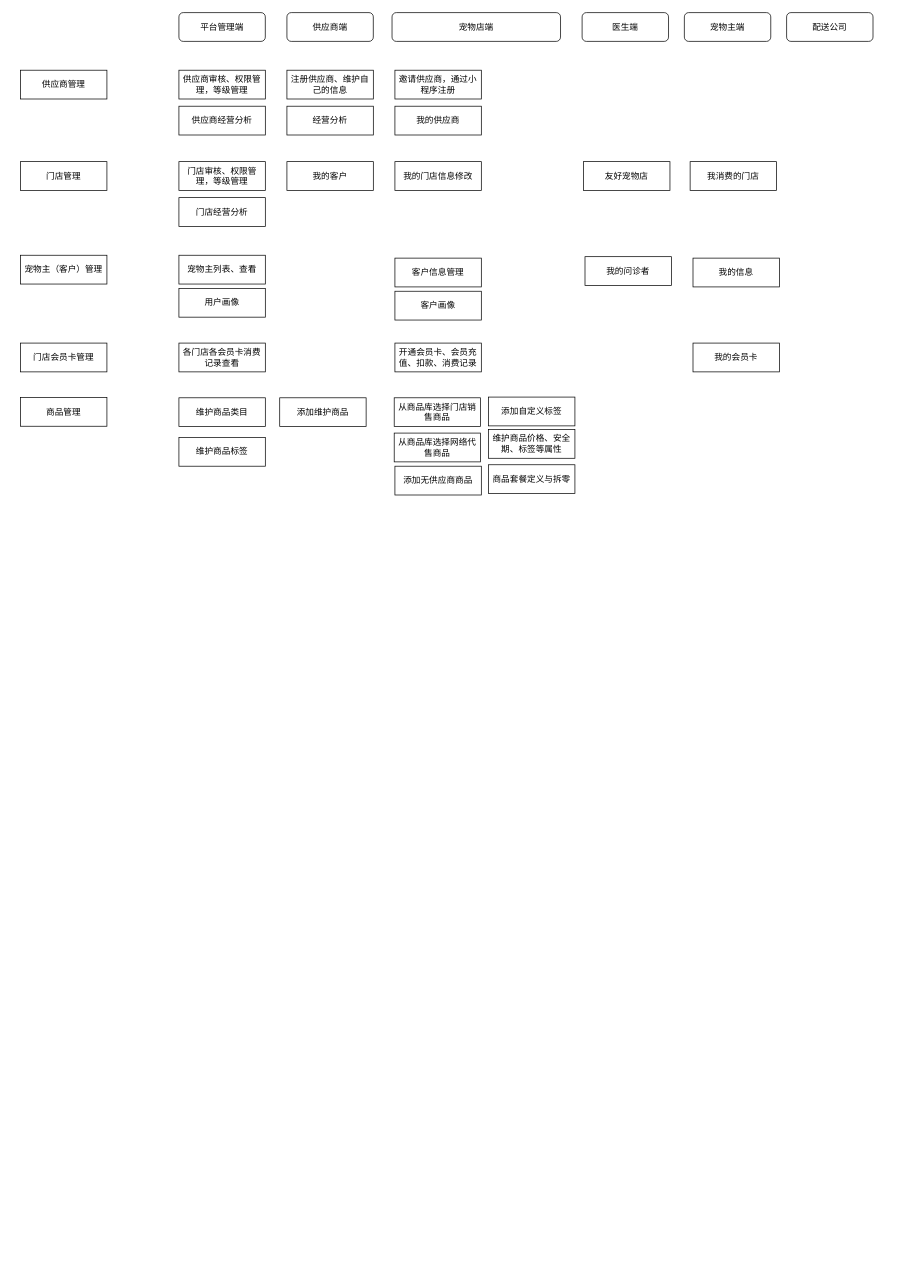
This is 宠物平台.drawio from JefferNew/data2wisdom, a draw.io file, before an edit. Source tidied: cells renumbered, new cells numbered last; positions are measured from the earlier drawing's top-left corner, leaving out a move shared by most shapes. Both pictures are drawn from the tidied source at 72%, with x=0, y=0 at pixel (20, 12).
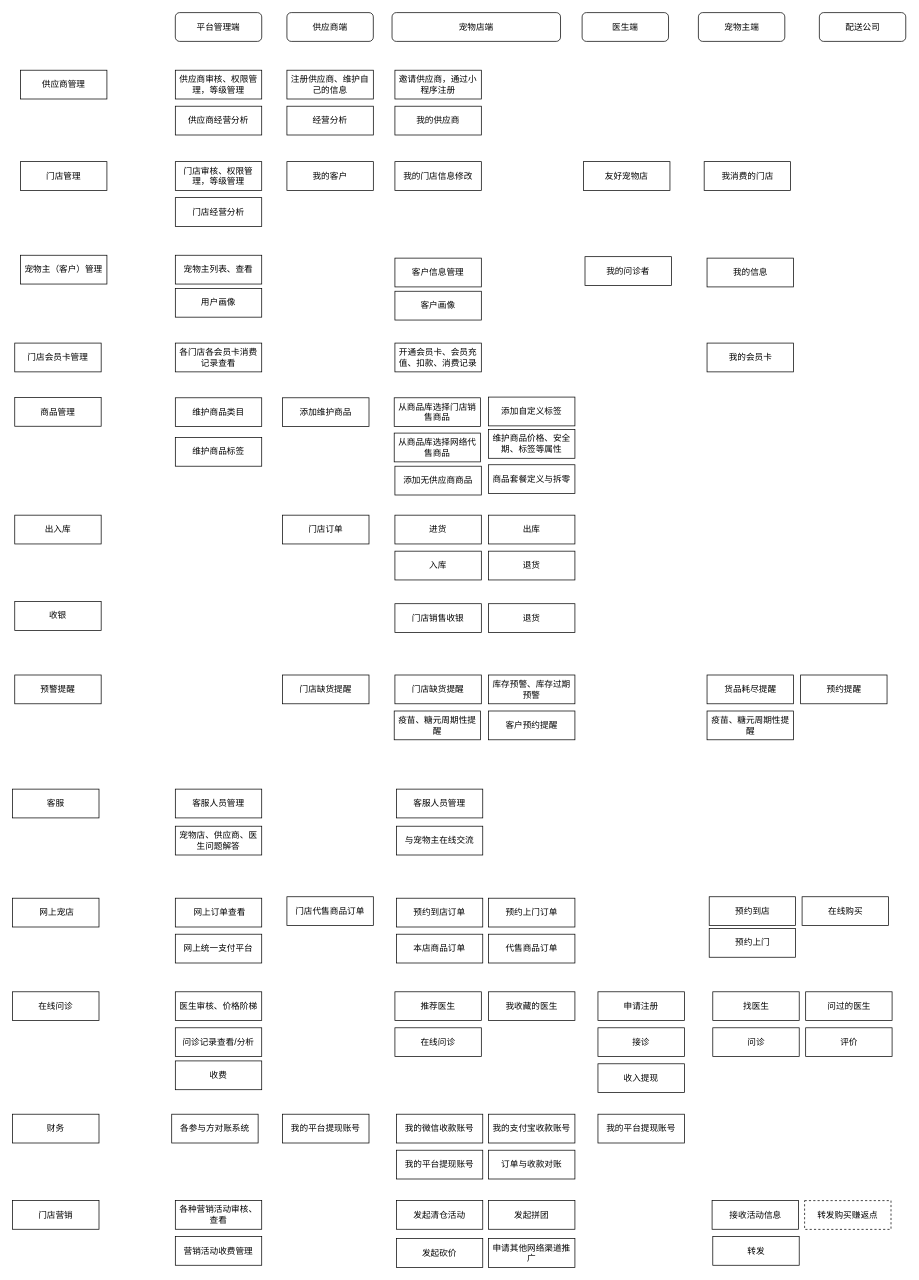
The same page after the edit.

Diff of the diagram source:
```diff
@@
     <mxCell id="2" value="平台管理端" style="rounded=1;whiteSpace=wrap;html=1;" parent="1" vertex="1">
-      <mxGeometry x="220" width="120" height="40" as="geometry" />
+      <mxGeometry x="215" width="120" height="40" as="geometry" />
     </mxCell>
@@
     <mxCell id="6" value="宠物主端" style="rounded=1;whiteSpace=wrap;html=1;" parent="1" vertex="1">
-      <mxGeometry x="922" width="120" height="40" as="geometry" />
+      <mxGeometry x="941.5" width="120" height="40" as="geometry" />
     </mxCell>
     <mxCell id="7" value="配送公司" style="rounded=1;whiteSpace=wrap;html=1;" parent="1" vertex="1">
-      <mxGeometry x="1064" width="120" height="40" as="geometry" />
+      <mxGeometry x="1109.5" width="120" height="40" as="geometry" />
     </mxCell>
@@
     <mxCell id="10" value="供应商审核、权限管理，等级管理" style="rounded=0;whiteSpace=wrap;html=1;" parent="1" vertex="1">
-      <mxGeometry x="220" y="80" width="120" height="40" as="geometry" />
+      <mxGeometry x="215" y="80" width="120" height="40" as="geometry" />
     </mxCell>
@@
     <mxCell id="14" value="门店审核、权限管理，等级管理" style="rounded=0;whiteSpace=wrap;html=1;" parent="1" vertex="1">
-      <mxGeometry x="220" y="207" width="120" height="40" as="geometry" />
+      <mxGeometry x="215" y="207" width="120" height="40" as="geometry" />
     </mxCell>
     <mxCell id="15" value="供应商经营分析" style="rounded=0;whiteSpace=wrap;html=1;" parent="1" vertex="1">
-      <mxGeometry x="220" y="130" width="120" height="40" as="geometry" />
+      <mxGeometry x="215" y="130" width="120" height="40" as="geometry" />
     </mxCell>
     <mxCell id="16" value="门店经营分析" style="rounded=0;whiteSpace=wrap;html=1;" parent="1" vertex="1">
-      <mxGeometry x="220" y="257" width="120" height="40" as="geometry" />
+      <mxGeometry x="215" y="257" width="120" height="40" as="geometry" />
     </mxCell>
@@
     <mxCell id="20" value="我消费的门店" style="rounded=0;whiteSpace=wrap;html=1;" parent="1" vertex="1">
-      <mxGeometry x="930" y="207" width="120" height="40" as="geometry" />
+      <mxGeometry x="949.5" y="207" width="120" height="40" as="geometry" />
     </mxCell>
@@
     <mxCell id="22" value="宠物主列表、查看" style="rounded=0;whiteSpace=wrap;html=1;" parent="1" vertex="1">
-      <mxGeometry x="220" y="337" width="120" height="40" as="geometry" />
+      <mxGeometry x="215" y="337" width="120" height="40" as="geometry" />
     </mxCell>
     <mxCell id="23" value="用户画像" style="rounded=0;whiteSpace=wrap;html=1;" parent="1" vertex="1">
-      <mxGeometry x="220" y="383" width="120" height="40" as="geometry" />
+      <mxGeometry x="215" y="383" width="120" height="40" as="geometry" />
     </mxCell>
@@
     <mxCell id="28" value="我的信息" style="rounded=0;whiteSpace=wrap;html=1;" parent="1" vertex="1">
-      <mxGeometry x="934" y="341" width="120" height="40" as="geometry" />
+      <mxGeometry x="953.5" y="341" width="120" height="40" as="geometry" />
     </mxCell>
     <mxCell id="29" value="门店会员卡管理" style="rounded=0;whiteSpace=wrap;html=1;" parent="1" vertex="1">
-      <mxGeometry y="459" width="120" height="40" as="geometry" />
+      <mxGeometry x="-8" y="459" width="120" height="40" as="geometry" />
     </mxCell>
     <mxCell id="30" value="各门店各会员卡消费记录查看" style="rounded=0;whiteSpace=wrap;html=1;" parent="1" vertex="1">
-      <mxGeometry x="220" y="459" width="120" height="40" as="geometry" />
+      <mxGeometry x="215" y="459" width="120" height="40" as="geometry" />
     </mxCell>
@@
     <mxCell id="32" value="我的会员卡" style="rounded=0;whiteSpace=wrap;html=1;" parent="1" vertex="1">
-      <mxGeometry x="934" y="459" width="120" height="40" as="geometry" />
+      <mxGeometry x="953.5" y="459" width="120" height="40" as="geometry" />
     </mxCell>
     <mxCell id="33" value="商品管理" style="rounded=0;whiteSpace=wrap;html=1;" parent="1" vertex="1">
-      <mxGeometry y="534.5" width="120" height="40" as="geometry" />
+      <mxGeometry x="-8" y="534.5" width="120" height="40" as="geometry" />
     </mxCell>
     <mxCell id="34" value="维护商品类目" style="rounded=0;whiteSpace=wrap;html=1;" parent="1" vertex="1">
-      <mxGeometry x="220" y="535" width="120" height="40" as="geometry" />
+      <mxGeometry x="215" y="535" width="120" height="40" as="geometry" />
     </mxCell>
     <mxCell id="35" value="维护商品标签" style="rounded=0;whiteSpace=wrap;html=1;" parent="1" vertex="1">
-      <mxGeometry x="220" y="590" width="120" height="40" as="geometry" />
+      <mxGeometry x="215" y="590" width="120" height="40" as="geometry" />
     </mxCell>
     <mxCell id="36" value="添加维护商品" style="rounded=0;whiteSpace=wrap;html=1;" parent="1" vertex="1">
-      <mxGeometry x="360" y="535" width="120" height="40" as="geometry" />
+      <mxGeometry x="364" y="535" width="120" height="40" as="geometry" />
     </mxCell>
@@
+    <mxCell id="43" value="出入库" style="rounded=0;whiteSpace=wrap;html=1;" parent="1" vertex="1">
+      <mxGeometry x="-8" y="698" width="120" height="40" as="geometry" />
+    </mxCell>
+    <mxCell id="44" value="进货" style="rounded=0;whiteSpace=wrap;html=1;" parent="1" vertex="1">
+      <mxGeometry x="520" y="698" width="120" height="40" as="geometry" />
+    </mxCell>
+    <mxCell id="45" value="门店订单" style="rounded=0;whiteSpace=wrap;html=1;" parent="1" vertex="1">
+      <mxGeometry x="364" y="698" width="120" height="40" as="geometry" />
+    </mxCell>
+    <mxCell id="46" value="入库" style="rounded=0;whiteSpace=wrap;html=1;" parent="1" vertex="1">
+      <mxGeometry x="520" y="748" width="120" height="40" as="geometry" />
+    </mxCell>
+    <mxCell id="47" value="出库" style="rounded=0;whiteSpace=wrap;html=1;" parent="1" vertex="1">
+      <mxGeometry x="650" y="698" width="120" height="40" as="geometry" />
+    </mxCell>
+    <mxCell id="48" value="退货" style="rounded=0;whiteSpace=wrap;html=1;" parent="1" vertex="1">
+      <mxGeometry x="650" y="748" width="120" height="40" as="geometry" />
+    </mxCell>
+    <mxCell id="49" value="收银" style="rounded=0;whiteSpace=wrap;html=1;" parent="1" vertex="1">
+      <mxGeometry x="-8" y="818" width="120" height="40" as="geometry" />
+    </mxCell>
+    <mxCell id="50" value="门店销售收银" style="rounded=0;whiteSpace=wrap;html=1;" parent="1" vertex="1">
+      <mxGeometry x="520" y="821" width="120" height="40" as="geometry" />
+    </mxCell>
+    <mxCell id="51" value="退货" style="rounded=0;whiteSpace=wrap;html=1;" parent="1" vertex="1">
+      <mxGeometry x="650" y="821" width="120" height="40" as="geometry" />
+    </mxCell>
+    <mxCell id="52" value="预警提醒" style="rounded=0;whiteSpace=wrap;html=1;" parent="1" vertex="1">
+      <mxGeometry x="-8" y="920" width="120" height="40" as="geometry" />
+    </mxCell>
+    <mxCell id="53" value="门店缺货提醒" style="rounded=0;whiteSpace=wrap;html=1;" parent="1" vertex="1">
+      <mxGeometry x="364" y="920" width="120" height="40" as="geometry" />
+    </mxCell>
+    <mxCell id="54" value="门店缺货提醒" style="rounded=0;whiteSpace=wrap;html=1;" parent="1" vertex="1">
+      <mxGeometry x="520" y="920" width="120" height="40" as="geometry" />
+    </mxCell>
+    <mxCell id="55" value="库存预警、库存过期预警" style="rounded=0;whiteSpace=wrap;html=1;" parent="1" vertex="1">
+      <mxGeometry x="650" y="920" width="120" height="40" as="geometry" />
+    </mxCell>
+    <mxCell id="56" value="货品耗尽提醒" style="rounded=0;whiteSpace=wrap;html=1;" parent="1" vertex="1">
+      <mxGeometry x="953.5" y="920" width="120" height="40" as="geometry" />
+    </mxCell>
+    <mxCell id="57" value="疫苗、糖元周期性提醒" style="rounded=0;whiteSpace=wrap;html=1;" parent="1" vertex="1">
+      <mxGeometry x="519" y="970" width="120" height="40" as="geometry" />
+    </mxCell>
+    <mxCell id="58" value="客户预约提醒" style="rounded=0;whiteSpace=wrap;html=1;" parent="1" vertex="1">
+      <mxGeometry x="650" y="970" width="120" height="40" as="geometry" />
+    </mxCell>
+    <mxCell id="59" value="疫苗、糖元周期性提醒" style="rounded=0;whiteSpace=wrap;html=1;" parent="1" vertex="1">
+      <mxGeometry x="953.5" y="970" width="120" height="40" as="geometry" />
+    </mxCell>
+    <mxCell id="60" value="预约提醒" style="rounded=0;whiteSpace=wrap;html=1;" parent="1" vertex="1">
+      <mxGeometry x="1083.5" y="920" width="120" height="40" as="geometry" />
+    </mxCell>
+    <mxCell id="61" value="客服" style="rounded=0;whiteSpace=wrap;html=1;" parent="1" vertex="1">
+      <mxGeometry x="-11" y="1078.5" width="120" height="40" as="geometry" />
+    </mxCell>
+    <mxCell id="62" value="客服人员管理" style="rounded=0;whiteSpace=wrap;html=1;" parent="1" vertex="1">
+      <mxGeometry x="215" y="1078.5" width="120" height="40" as="geometry" />
+    </mxCell>
+    <mxCell id="63" value="客服人员管理" style="rounded=0;whiteSpace=wrap;html=1;" parent="1" vertex="1">
+      <mxGeometry x="522" y="1078.5" width="120" height="40" as="geometry" />
+    </mxCell>
+    <mxCell id="64" value="宠物店、供应商、医生问题解答" style="rounded=0;whiteSpace=wrap;html=1;" parent="1" vertex="1">
+      <mxGeometry x="215" y="1130" width="120" height="40" as="geometry" />
+    </mxCell>
+    <mxCell id="65" value="与宠物主在线交流" style="rounded=0;whiteSpace=wrap;html=1;" parent="1" vertex="1">
+      <mxGeometry x="522" y="1130" width="120" height="40" as="geometry" />
+    </mxCell>
+    <mxCell id="66" value="门店营销" style="rounded=0;whiteSpace=wrap;html=1;" parent="1" vertex="1">
+      <mxGeometry x="-11" y="1649.8" width="120" height="40" as="geometry" />
+    </mxCell>
+    <mxCell id="67" value="&amp;nbsp;网上宠店" style="rounded=0;whiteSpace=wrap;html=1;" parent="1" vertex="1">
+      <mxGeometry x="-11" y="1230" width="120" height="40" as="geometry" />
+    </mxCell>
+    <mxCell id="68" value="&amp;nbsp;网上订单查看" style="rounded=0;whiteSpace=wrap;html=1;" parent="1" vertex="1">
+      <mxGeometry x="215" y="1230" width="120" height="40" as="geometry" />
+    </mxCell>
+    <mxCell id="69" value="预约到店" style="rounded=0;whiteSpace=wrap;html=1;" parent="1" vertex="1">
+      <mxGeometry x="956.5" y="1228" width="120" height="40" as="geometry" />
+    </mxCell>
+    <mxCell id="70" value="预约上门" style="rounded=0;whiteSpace=wrap;html=1;" parent="1" vertex="1">
+      <mxGeometry x="956.5" y="1272" width="120" height="40" as="geometry" />
+    </mxCell>
+    <mxCell id="71" value="在线购买" style="rounded=0;whiteSpace=wrap;html=1;" parent="1" vertex="1">
+      <mxGeometry x="1085.5" y="1228" width="120" height="40" as="geometry" />
+    </mxCell>
+    <mxCell id="72" value="门店代售商品订单" style="rounded=0;whiteSpace=wrap;html=1;" parent="1" vertex="1">
+      <mxGeometry x="370" y="1228" width="120" height="40" as="geometry" />
+    </mxCell>
+    <mxCell id="73" value="预约到店订单" style="rounded=0;whiteSpace=wrap;html=1;" parent="1" vertex="1">
+      <mxGeometry x="522" y="1230" width="120" height="40" as="geometry" />
+    </mxCell>
+    <mxCell id="74" value="预约上门订单" style="rounded=0;whiteSpace=wrap;html=1;" parent="1" vertex="1">
+      <mxGeometry x="650" y="1230" width="120" height="40" as="geometry" />
+    </mxCell>
+    <mxCell id="75" value="本店商品订单" style="rounded=0;whiteSpace=wrap;html=1;" parent="1" vertex="1">
+      <mxGeometry x="522" y="1280" width="120" height="40" as="geometry" />
+    </mxCell>
+    <mxCell id="76" value="代售商品订单" style="rounded=0;whiteSpace=wrap;html=1;" parent="1" vertex="1">
+      <mxGeometry x="650" y="1280" width="120" height="40" as="geometry" />
+    </mxCell>
+    <mxCell id="77" value="在线问诊" style="rounded=0;whiteSpace=wrap;html=1;" parent="1" vertex="1">
+      <mxGeometry x="-11" y="1360" width="120" height="40" as="geometry" />
+    </mxCell>
+    <mxCell id="78" value="医生审核、价格阶梯" style="rounded=0;whiteSpace=wrap;html=1;" parent="1" vertex="1">
+      <mxGeometry x="215" y="1360" width="120" height="40" as="geometry" />
+    </mxCell>
+    <mxCell id="79" value="问诊记录查看/分析" style="rounded=0;whiteSpace=wrap;html=1;" parent="1" vertex="1">
+      <mxGeometry x="215" y="1410" width="120" height="40" as="geometry" />
+    </mxCell>
+    <mxCell id="80" value="收费" style="rounded=0;whiteSpace=wrap;html=1;" parent="1" vertex="1">
+      <mxGeometry x="215" y="1456" width="120" height="40" as="geometry" />
+    </mxCell>
+    <mxCell id="81" value="申请注册" style="rounded=0;whiteSpace=wrap;html=1;" parent="1" vertex="1">
+      <mxGeometry x="802" y="1360" width="120" height="40" as="geometry" />
+    </mxCell>
+    <mxCell id="82" value="接诊" style="rounded=0;whiteSpace=wrap;html=1;" parent="1" vertex="1">
+      <mxGeometry x="802" y="1410" width="120" height="40" as="geometry" />
+    </mxCell>
+    <mxCell id="83" value="推荐医生" style="rounded=0;whiteSpace=wrap;html=1;" parent="1" vertex="1">
+      <mxGeometry x="520" y="1360" width="120" height="40" as="geometry" />
+    </mxCell>
+    <mxCell id="84" value="在线问诊" style="rounded=0;whiteSpace=wrap;html=1;" parent="1" vertex="1">
+      <mxGeometry x="520" y="1410" width="120" height="40" as="geometry" />
+    </mxCell>
+    <mxCell id="85" value="我收藏的医生" style="rounded=0;whiteSpace=wrap;html=1;" parent="1" vertex="1">
+      <mxGeometry x="650" y="1360" width="120" height="40" as="geometry" />
+    </mxCell>
+    <mxCell id="86" value="找医生" style="rounded=0;whiteSpace=wrap;html=1;" parent="1" vertex="1">
+      <mxGeometry x="961.5" y="1360" width="120" height="40" as="geometry" />
+    </mxCell>
+    <mxCell id="87" value="问诊" style="rounded=0;whiteSpace=wrap;html=1;" parent="1" vertex="1">
+      <mxGeometry x="961.5" y="1410" width="120" height="40" as="geometry" />
+    </mxCell>
+    <mxCell id="88" value="问过的医生" style="rounded=0;whiteSpace=wrap;html=1;" parent="1" vertex="1">
+      <mxGeometry x="1090.5" y="1360" width="120" height="40" as="geometry" />
+    </mxCell>
+    <mxCell id="89" value="评价" style="rounded=0;whiteSpace=wrap;html=1;" parent="1" vertex="1">
+      <mxGeometry x="1090.5" y="1410" width="120" height="40" as="geometry" />
+    </mxCell>
+    <mxCell id="90" value="收入提现" style="rounded=0;whiteSpace=wrap;html=1;" parent="1" vertex="1">
+      <mxGeometry x="802" y="1460" width="120" height="40" as="geometry" />
+    </mxCell>
+    <mxCell id="91" value="财务" style="rounded=0;whiteSpace=wrap;html=1;" parent="1" vertex="1">
+      <mxGeometry x="-11" y="1530" width="120" height="40" as="geometry" />
+    </mxCell>
+    <mxCell id="92" value="我的平台提现账号" style="rounded=0;whiteSpace=wrap;html=1;" parent="1" vertex="1">
+      <mxGeometry x="364" y="1530" width="120" height="40" as="geometry" />
+    </mxCell>
+    <mxCell id="93" value="我的微信收款账号" style="rounded=0;whiteSpace=wrap;html=1;" parent="1" vertex="1">
+      <mxGeometry x="522" y="1530" width="120" height="40" as="geometry" />
+    </mxCell>
+    <mxCell id="94" value="我的支付宝收款账号" style="rounded=0;whiteSpace=wrap;html=1;" parent="1" vertex="1">
+      <mxGeometry x="650" y="1530" width="120" height="40" as="geometry" />
+    </mxCell>
+    <mxCell id="95" value="我的平台提现账号" style="rounded=0;whiteSpace=wrap;html=1;" parent="1" vertex="1">
+      <mxGeometry x="802" y="1530" width="120" height="40" as="geometry" />
+    </mxCell>
+    <mxCell id="96" value="网上统一支付平台" style="rounded=0;whiteSpace=wrap;html=1;" parent="1" vertex="1">
+      <mxGeometry x="215" y="1280" width="120" height="40" as="geometry" />
+    </mxCell>
+    <mxCell id="97" value="我的平台提现账号" style="rounded=0;whiteSpace=wrap;html=1;" parent="1" vertex="1">
+      <mxGeometry x="522" y="1580" width="120" height="40" as="geometry" />
+    </mxCell>
+    <mxCell id="98" value="订单与收款对账" style="rounded=0;whiteSpace=wrap;html=1;" parent="1" vertex="1">
+      <mxGeometry x="650" y="1580" width="120" height="40" as="geometry" />
+    </mxCell>
+    <mxCell id="99" value="各参与方对账系统" style="rounded=0;whiteSpace=wrap;html=1;" parent="1" vertex="1">
+      <mxGeometry x="210" y="1530" width="120" height="40" as="geometry" />
+    </mxCell>
+    <mxCell id="100" value="发起清仓活动" style="rounded=0;whiteSpace=wrap;html=1;" parent="1" vertex="1">
+      <mxGeometry x="522" y="1649.8" width="120" height="40" as="geometry" />
+    </mxCell>
+    <mxCell id="101" value="发起拼团" style="rounded=0;whiteSpace=wrap;html=1;" parent="1" vertex="1">
+      <mxGeometry x="650" y="1649.8" width="120" height="40" as="geometry" />
+    </mxCell>
+    <mxCell id="102" value="发起砍价" style="rounded=0;whiteSpace=wrap;html=1;" parent="1" vertex="1">
+      <mxGeometry x="522" y="1702.8" width="120" height="40" as="geometry" />
+    </mxCell>
+    <mxCell id="103" value="申请其他网络渠道推广" style="rounded=0;whiteSpace=wrap;html=1;" parent="1" vertex="1">
+      <mxGeometry x="650" y="1702.8" width="120" height="40" as="geometry" />
+    </mxCell>
+    <mxCell id="104" value="各种营销活动审核、查看" style="rounded=0;whiteSpace=wrap;html=1;" parent="1" vertex="1">
+      <mxGeometry x="215" y="1649.8" width="120" height="40" as="geometry" />
+    </mxCell>
+    <mxCell id="105" value="营销活动收费管理" style="rounded=0;whiteSpace=wrap;html=1;" parent="1" vertex="1">
+      <mxGeometry x="215" y="1699.8" width="120" height="40" as="geometry" />
+    </mxCell>
+    <mxCell id="106" value="接收活动信息" style="rounded=0;whiteSpace=wrap;html=1;" parent="1" vertex="1">
+      <mxGeometry x="960.5" y="1649.8" width="120" height="40" as="geometry" />
+    </mxCell>
+    <mxCell id="107" value="转发" style="rounded=0;whiteSpace=wrap;html=1;" parent="1" vertex="1">
+      <mxGeometry x="961.5" y="1699.8" width="120" height="40" as="geometry" />
+    </mxCell>
+    <mxCell id="108" value="转发购买赚返点" style="rounded=0;whiteSpace=wrap;html=1;dashed=1;" parent="1" vertex="1">
+      <mxGeometry x="1089" y="1650" width="120" height="40" as="geometry" />
+    </mxCell>
```
